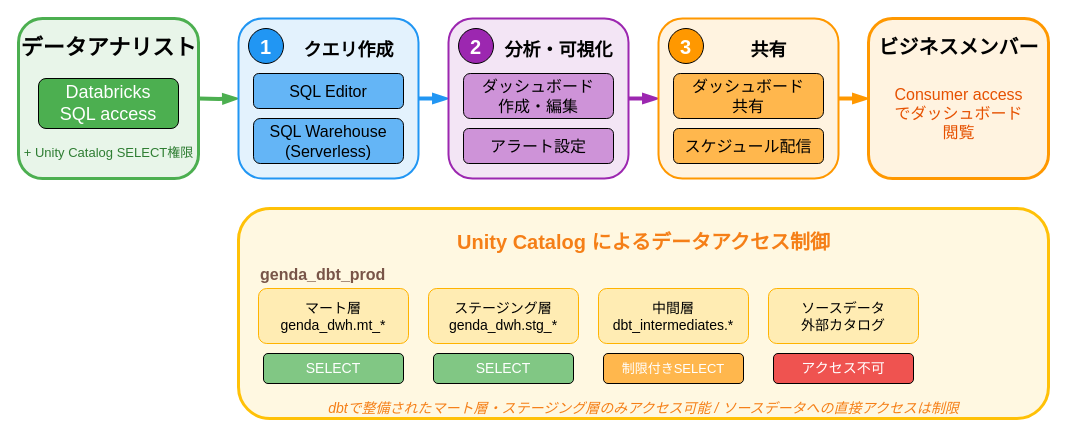
Earlier version of the draw.io diagram assets/2025-12-22-aeon-tech-hub-databricks/data-analyst-workflow.drawio (i9wa4/i9wa4.github.io). Source tidied: cells renumbered, new cells numbered last; positions are measured from the earlier drawing's top-left corner, leaving out a move shared by most shapes. Both pictures are drawn from the tidied source at 100%, with x=0, y=0 at pixel (18, 18).
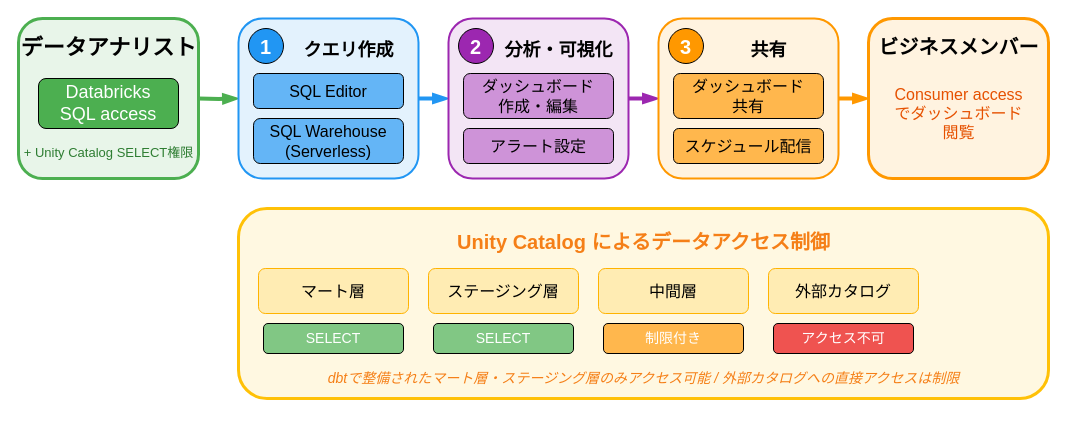
The same page after the edit.

The edit, as a diff of the source:
```diff
@@
     <mxCell id="28" style="rounded=1;whiteSpace=wrap;html=1;fillColor=#FFF8E1;strokeColor=#FFC107;strokeWidth=3;" parent="1" vertex="1">
-      <mxGeometry x="220" y="190" width="810" height="210" as="geometry" />
+      <mxGeometry x="220" y="190" width="810" height="190" as="geometry" />
     </mxCell>
@@
-    <mxCell id="30" value="genda_dbt_prod" style="text;html=1;fontSize=16;fontFamily=Noto Sans JP;fontColor=#795548;fontStyle=1;" parent="1" vertex="1">
-      <mxGeometry x="240" y="240" width="180" height="25" as="geometry" />
-    </mxCell>
-    <mxCell id="31" value="マート層&lt;br&gt;genda_dwh.mt_*" style="rounded=1;whiteSpace=wrap;html=1;fontSize=14;fontFamily=Noto Sans JP;fillColor=#FFECB3;strokeColor=#FFB300;" parent="1" vertex="1">
-      <mxGeometry x="240" y="270" width="150" height="55" as="geometry" />
+    <mxCell id="31" value="マート層" style="rounded=1;whiteSpace=wrap;html=1;fontSize=16;fontFamily=Noto Sans JP;fillColor=#FFECB3;strokeColor=#FFB300;" parent="1" vertex="1">
+      <mxGeometry x="240" y="250" width="150" height="45" as="geometry" />
     </mxCell>
     <mxCell id="32" value="SELECT" style="rounded=1;whiteSpace=wrap;html=1;fontSize=14;fontFamily=Noto Sans JP;fillColor=#81C784;fontColor=#ffffff;" parent="1" vertex="1">
-      <mxGeometry x="245" y="335" width="140" height="30" as="geometry" />
+      <mxGeometry x="245" y="305" width="140" height="30" as="geometry" />
     </mxCell>
-    <mxCell id="33" value="ステージング層&lt;br&gt;genda_dwh.stg_*" style="rounded=1;whiteSpace=wrap;html=1;fontSize=14;fontFamily=Noto Sans JP;fillColor=#FFECB3;strokeColor=#FFB300;" parent="1" vertex="1">
-      <mxGeometry x="410" y="270" width="150" height="55" as="geometry" />
+    <mxCell id="33" value="ステージング層" style="rounded=1;whiteSpace=wrap;html=1;fontSize=16;fontFamily=Noto Sans JP;fillColor=#FFECB3;strokeColor=#FFB300;" parent="1" vertex="1">
+      <mxGeometry x="410" y="250" width="150" height="45" as="geometry" />
     </mxCell>
     <mxCell id="34" value="SELECT" style="rounded=1;whiteSpace=wrap;html=1;fontSize=14;fontFamily=Noto Sans JP;fillColor=#81C784;fontColor=#ffffff;" parent="1" vertex="1">
-      <mxGeometry x="415" y="335" width="140" height="30" as="geometry" />
+      <mxGeometry x="415" y="305" width="140" height="30" as="geometry" />
     </mxCell>
-    <mxCell id="35" value="中間層&lt;br&gt;dbt_intermediates.*" style="rounded=1;whiteSpace=wrap;html=1;fontSize=14;fontFamily=Noto Sans JP;fillColor=#FFECB3;strokeColor=#FFB300;" parent="1" vertex="1">
-      <mxGeometry x="580" y="270" width="150" height="55" as="geometry" />
+    <mxCell id="35" value="中間層" style="rounded=1;whiteSpace=wrap;html=1;fontSize=16;fontFamily=Noto Sans JP;fillColor=#FFECB3;strokeColor=#FFB300;" parent="1" vertex="1">
+      <mxGeometry x="580" y="250" width="150" height="45" as="geometry" />
     </mxCell>
-    <mxCell id="36" value="制限付きSELECT" style="rounded=1;whiteSpace=wrap;html=1;fontSize=13;fontFamily=Noto Sans JP;fillColor=#FFB74D;fontColor=#ffffff;" parent="1" vertex="1">
-      <mxGeometry x="585" y="335" width="140" height="30" as="geometry" />
+    <mxCell id="36" value="制限付き" style="rounded=1;whiteSpace=wrap;html=1;fontSize=14;fontFamily=Noto Sans JP;fillColor=#FFB74D;fontColor=#ffffff;" parent="1" vertex="1">
+      <mxGeometry x="585" y="305" width="140" height="30" as="geometry" />
     </mxCell>
-    <mxCell id="37" value="ソースデータ&lt;br&gt;外部カタログ" style="rounded=1;whiteSpace=wrap;html=1;fontSize=14;fontFamily=Noto Sans JP;fillColor=#FFECB3;strokeColor=#FFB300;" parent="1" vertex="1">
-      <mxGeometry x="750" y="270" width="150" height="55" as="geometry" />
+    <mxCell id="37" value="外部カタログ" style="rounded=1;whiteSpace=wrap;html=1;fontSize=16;fontFamily=Noto Sans JP;fillColor=#FFECB3;strokeColor=#FFB300;" parent="1" vertex="1">
+      <mxGeometry x="750" y="250" width="150" height="45" as="geometry" />
     </mxCell>
     <mxCell id="38" value="アクセス不可" style="rounded=1;whiteSpace=wrap;html=1;fontSize=14;fontFamily=Noto Sans JP;fillColor=#EF5350;fontColor=#ffffff;" parent="1" vertex="1">
-      <mxGeometry x="755" y="335" width="140" height="30" as="geometry" />
+      <mxGeometry x="755" y="305" width="140" height="30" as="geometry" />
     </mxCell>
-    <mxCell id="39" value="dbtで整備されたマート層・ステージング層のみアクセス可能 / ソースデータへの直接アクセスは制限" style="text;html=1;fontSize=14;fontFamily=Noto Sans JP;fontColor=#F57F17;align=center;fontStyle=2;" parent="1" vertex="1">
-      <mxGeometry x="220" y="375" width="810" height="20" as="geometry" />
+    <mxCell id="39" value="dbtで整備されたマート層・ステージング層のみアクセス可能 / 外部カタログへの直接アクセスは制限" style="text;html=1;fontSize=14;fontFamily=Noto Sans JP;fontColor=#F57F17;align=center;fontStyle=2;" parent="1" vertex="1">
+      <mxGeometry x="220" y="345" width="810" height="25" as="geometry" />
     </mxCell>
```
